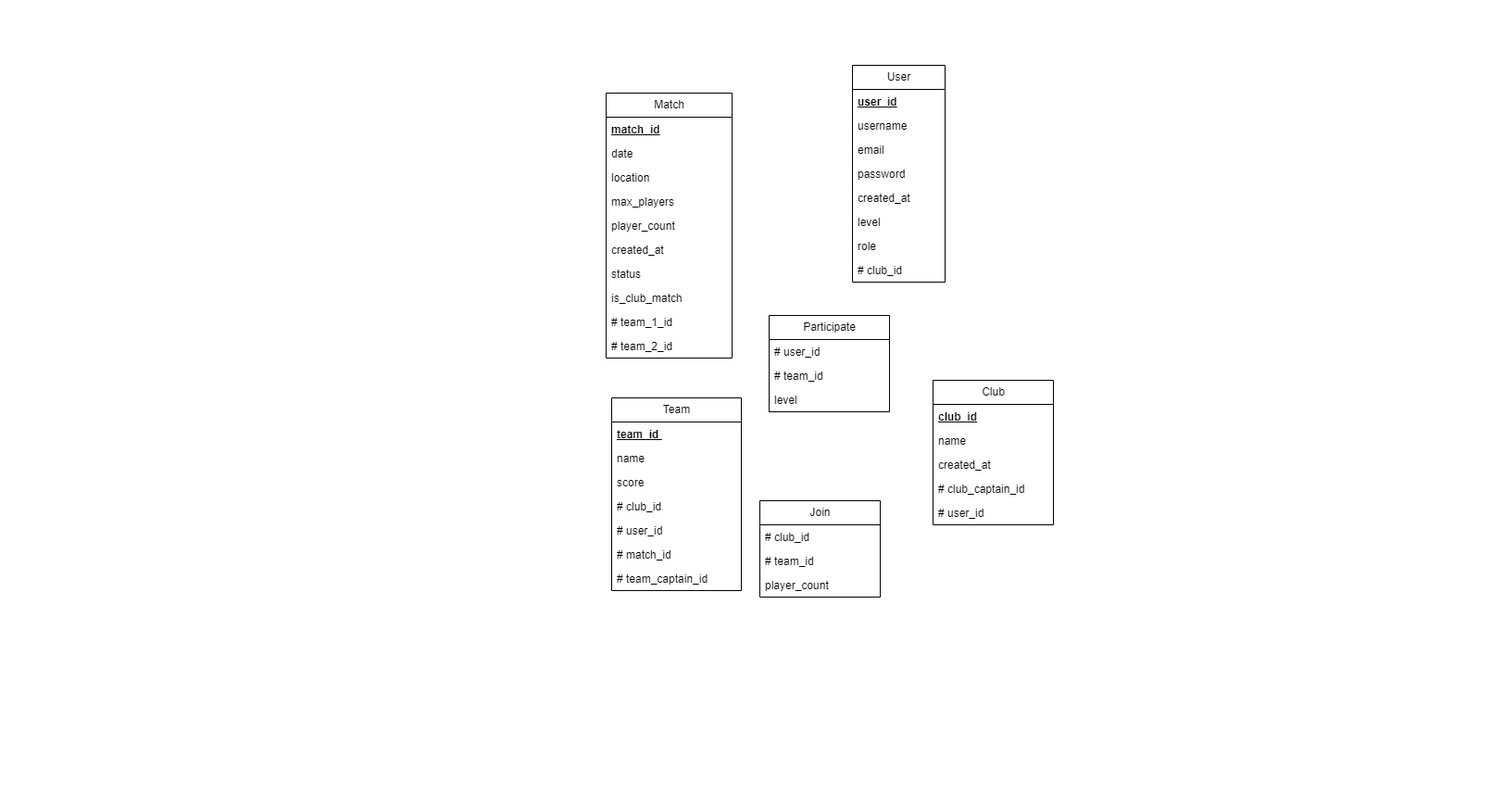
Earlier version of the draw.io export MLD.drawio.png (Mathistrg/Styx). Source tidied: cells renumbered, new cells last; positions are measured from the earlier drawing's top-left corner, leaving out a move shared by most shapes.
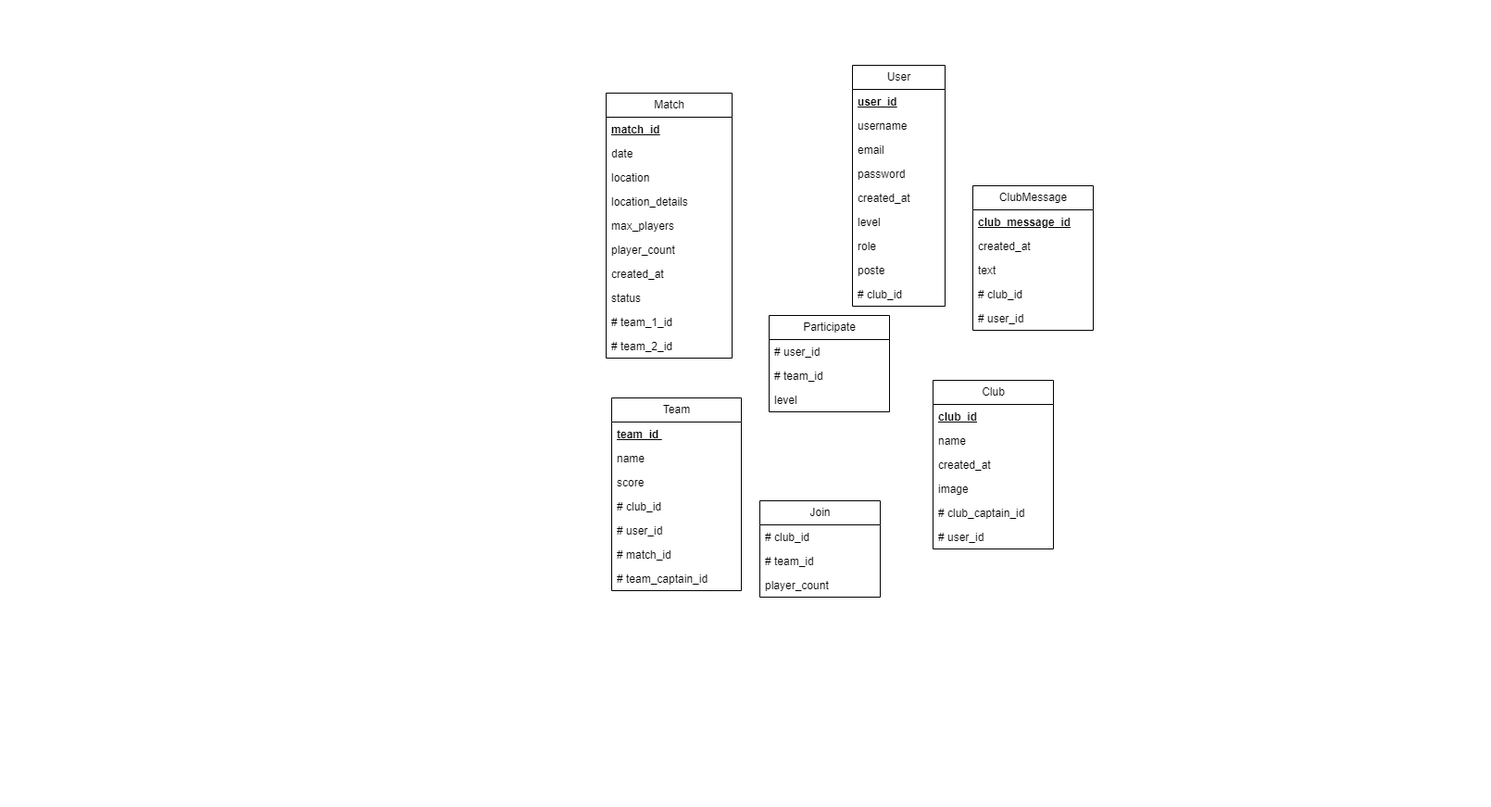
The same diagram one commit later.

Commit message:
Mettre à jour MLD.drawio.png

What changed in the source:
```diff
@@ -6,7 +6,7 @@
       <mxGeometry width="1610" height="870" as="geometry" />
     </mxCell>
     <mxCell id="3" value="User" style="swimlane;fontStyle=0;horizontal=1;startSize=26;fillColor=none;html=1;" parent="1" vertex="1">
-      <mxGeometry x="920" y="70" width="100" height="234" as="geometry" />
+      <mxGeometry x="920" y="70" width="100" height="260" as="geometry" />
     </mxCell>
     <mxCell id="4" value="&lt;b&gt;&lt;u&gt;user_id&lt;/u&gt;&lt;/b&gt;" style="text;strokeColor=none;fillColor=none;align=left;verticalAlign=top;spacingLeft=4;spacingRight=4;overflow=hidden;whiteSpace=wrap;html=1;" parent="3" vertex="1">
       <mxGeometry y="26" width="100" height="26" as="geometry" />
@@ -29,8 +29,11 @@
     <mxCell id="10" value="role" style="text;strokeColor=none;fillColor=none;align=left;verticalAlign=top;spacingLeft=4;spacingRight=4;overflow=hidden;whiteSpace=wrap;html=1;" parent="3" vertex="1">
       <mxGeometry y="182" width="100" height="26" as="geometry" />
     </mxCell>
+    <mxCell id="45" value="poste" style="text;strokeColor=none;fillColor=none;align=left;verticalAlign=top;spacingLeft=4;spacingRight=4;overflow=hidden;whiteSpace=wrap;html=1;" parent="3" vertex="1">
+      <mxGeometry y="208" width="100" height="26" as="geometry" />
+    </mxCell>
     <mxCell id="11" value="# club_id&amp;nbsp;" style="text;strokeColor=none;fillColor=none;align=left;verticalAlign=top;spacingLeft=4;spacingRight=4;overflow=hidden;whiteSpace=wrap;html=1;" parent="3" vertex="1">
-      <mxGeometry y="208" width="100" height="26" as="geometry" />
+      <mxGeometry y="234" width="100" height="26" as="geometry" />
     </mxCell>
     <mxCell id="12" value="Match" style="swimlane;fontStyle=0;horizontal=1;startSize=26;fillColor=none;html=1;" parent="1" vertex="1">
       <mxGeometry x="654" y="100" width="136" height="286" as="geometry" />
@@ -44,21 +47,21 @@
     <mxCell id="15" value="location&lt;span style=&quot;white-space: pre;&quot;&gt;&#9;&lt;/span&gt;&lt;span style=&quot;white-space: pre;&quot;&gt;&#9;&lt;/span&gt;" style="text;strokeColor=none;fillColor=none;align=left;verticalAlign=top;spacingLeft=4;spacingRight=4;overflow=hidden;whiteSpace=wrap;html=1;" parent="12" vertex="1">
       <mxGeometry y="78" width="136" height="26" as="geometry" />
     </mxCell>
+    <mxCell id="46" value="location_details&lt;span style=&quot;white-space: pre;&quot;&gt;&#9;&lt;/span&gt;&lt;span style=&quot;white-space: pre;&quot;&gt;&#9;&lt;/span&gt;" style="text;strokeColor=none;fillColor=none;align=left;verticalAlign=top;spacingLeft=4;spacingRight=4;overflow=hidden;whiteSpace=wrap;html=1;" parent="12" vertex="1">
+      <mxGeometry y="104" width="136" height="26" as="geometry" />
+    </mxCell>
     <mxCell id="16" value="max_players&lt;span style=&quot;white-space: pre;&quot;&gt;&#9;&lt;/span&gt;" style="text;strokeColor=none;fillColor=none;align=left;verticalAlign=top;spacingLeft=4;spacingRight=4;overflow=hidden;whiteSpace=wrap;html=1;" parent="12" vertex="1">
-      <mxGeometry y="104" width="136" height="26" as="geometry" />
+      <mxGeometry y="130" width="136" height="26" as="geometry" />
     </mxCell>
     <mxCell id="17" value="player_count&lt;span style=&quot;white-space: pre;&quot;&gt;&#9;&lt;/span&gt;&lt;span style=&quot;white-space: pre;&quot;&gt;&#9;&lt;/span&gt;" style="text;strokeColor=none;fillColor=none;align=left;verticalAlign=top;spacingLeft=4;spacingRight=4;overflow=hidden;whiteSpace=wrap;html=1;" parent="12" vertex="1">
-      <mxGeometry y="130" width="136" height="26" as="geometry" />
+      <mxGeometry y="156" width="136" height="26" as="geometry" />
     </mxCell>
     <mxCell id="18" value="created_at&lt;span style=&quot;white-space: pre;&quot;&gt;&#9;&lt;/span&gt;&lt;span style=&quot;white-space: pre;&quot;&gt;&#9;&lt;/span&gt;" style="text;strokeColor=none;fillColor=none;align=left;verticalAlign=top;spacingLeft=4;spacingRight=4;overflow=hidden;whiteSpace=wrap;html=1;" parent="12" vertex="1">
-      <mxGeometry y="156" width="136" height="26" as="geometry" />
+      <mxGeometry y="182" width="136" height="26" as="geometry" />
     </mxCell>
     <mxCell id="19" value="status&lt;span style=&quot;white-space: pre;&quot;&gt;&#9;&lt;/span&gt;&lt;span style=&quot;white-space: pre;&quot;&gt;&#9;&lt;/span&gt;" style="text;strokeColor=none;fillColor=none;align=left;verticalAlign=top;spacingLeft=4;spacingRight=4;overflow=hidden;whiteSpace=wrap;html=1;" parent="12" vertex="1">
-      <mxGeometry y="182" width="136" height="26" as="geometry" />
+      <mxGeometry y="208" width="136" height="26" as="geometry" />
     </mxCell>
-    <mxCell id="20" value="is_club_match&amp;nbsp;&lt;span style=&quot;white-space: pre;&quot;&gt;&#9;&lt;/span&gt;&lt;span style=&quot;white-space: pre;&quot;&gt;&#9;&lt;/span&gt;" style="text;strokeColor=none;fillColor=none;align=left;verticalAlign=top;spacingLeft=4;spacingRight=4;overflow=hidden;whiteSpace=wrap;html=1;" parent="12" vertex="1">
-      <mxGeometry y="208" width="136" height="26" as="geometry" />
-    </mxCell>
     <mxCell id="21" value="# team_1_id&amp;nbsp;" style="text;strokeColor=none;fillColor=none;align=left;verticalAlign=top;spacingLeft=4;spacingRight=4;overflow=hidden;whiteSpace=wrap;html=1;" parent="12" vertex="1">
       <mxGeometry y="234" width="136" height="26" as="geometry" />
     </mxCell>
@@ -66,7 +69,7 @@
       <mxGeometry y="260" width="136" height="26" as="geometry" />
     </mxCell>
     <mxCell id="23" value="Club" style="swimlane;fontStyle=0;horizontal=1;startSize=26;fillColor=none;html=1;" parent="1" vertex="1">
-      <mxGeometry x="1007" y="410" width="130" height="156" as="geometry" />
+      <mxGeometry x="1007" y="410" width="130" height="182" as="geometry" />
     </mxCell>
     <mxCell id="24" value="&lt;b&gt;&lt;u&gt;club_id&lt;/u&gt;&lt;/b&gt;" style="text;strokeColor=none;fillColor=none;align=left;verticalAlign=top;spacingLeft=4;spacingRight=4;overflow=hidden;whiteSpace=wrap;html=1;" parent="23" vertex="1">
       <mxGeometry y="26" width="130" height="26" as="geometry" />
@@ -77,11 +80,14 @@
     <mxCell id="26" value="created_at&lt;span style=&quot;white-space: pre;&quot;&gt;&#9;&lt;/span&gt;&lt;span style=&quot;white-space: pre;&quot;&gt;&#9;&lt;/span&gt;" style="text;strokeColor=none;fillColor=none;align=left;verticalAlign=top;spacingLeft=4;spacingRight=4;overflow=hidden;whiteSpace=wrap;html=1;" parent="23" vertex="1">
       <mxGeometry y="78" width="130" height="26" as="geometry" />
     </mxCell>
+    <mxCell id="47" value="image" style="text;strokeColor=none;fillColor=none;align=left;verticalAlign=top;spacingLeft=4;spacingRight=4;overflow=hidden;whiteSpace=wrap;html=1;" parent="23" vertex="1">
+      <mxGeometry y="104" width="130" height="26" as="geometry" />
+    </mxCell>
     <mxCell id="27" value="# club_captain_id&amp;nbsp;" style="text;strokeColor=none;fillColor=none;align=left;verticalAlign=top;spacingLeft=4;spacingRight=4;overflow=hidden;whiteSpace=wrap;html=1;" parent="23" vertex="1">
-      <mxGeometry y="104" width="130" height="26" as="geometry" />
+      <mxGeometry y="130" width="130" height="26" as="geometry" />
     </mxCell>
     <mxCell id="28" value="# user_id&amp;nbsp;" style="text;strokeColor=none;fillColor=none;align=left;verticalAlign=top;spacingLeft=4;spacingRight=4;overflow=hidden;whiteSpace=wrap;html=1;" parent="23" vertex="1">
-      <mxGeometry y="130" width="130" height="26" as="geometry" />
+      <mxGeometry y="156" width="130" height="26" as="geometry" />
     </mxCell>
     <mxCell id="29" value="Team" style="swimlane;fontStyle=0;horizontal=1;startSize=26;fillColor=none;html=1;" parent="1" vertex="1">
       <mxGeometry x="660" y="429" width="140" height="208" as="geometry" />
@@ -131,5 +137,23 @@
     <mxCell id="44" value="level" style="text;strokeColor=none;fillColor=none;align=left;verticalAlign=top;spacingLeft=4;spacingRight=4;overflow=hidden;whiteSpace=wrap;html=1;" parent="41" vertex="1">
       <mxGeometry y="78" width="130" height="26" as="geometry" />
     </mxCell>
+    <mxCell id="48" value="ClubMessage" style="swimlane;fontStyle=0;horizontal=1;startSize=26;fillColor=none;html=1;" parent="1" vertex="1">
+      <mxGeometry x="1050" y="200" width="130" height="156" as="geometry" />
+    </mxCell>
+    <mxCell id="49" value="&lt;b&gt;&lt;u&gt;club_message_id&lt;/u&gt;&lt;/b&gt;" style="text;strokeColor=none;fillColor=none;align=left;verticalAlign=top;spacingLeft=4;spacingRight=4;overflow=hidden;whiteSpace=wrap;html=1;" parent="48" vertex="1">
+      <mxGeometry y="26" width="130" height="26" as="geometry" />
+    </mxCell>
+    <mxCell id="50" value="created_at&lt;span style=&quot;white-space: pre;&quot;&gt;&#9;&lt;/span&gt;&lt;span style=&quot;white-space: pre;&quot;&gt;&#9;&lt;/span&gt;" style="text;strokeColor=none;fillColor=none;align=left;verticalAlign=top;spacingLeft=4;spacingRight=4;overflow=hidden;whiteSpace=wrap;html=1;" parent="48" vertex="1">
+      <mxGeometry y="52" width="130" height="26" as="geometry" />
+    </mxCell>
+    <mxCell id="51" value="text" style="text;strokeColor=none;fillColor=none;align=left;verticalAlign=top;spacingLeft=4;spacingRight=4;overflow=hidden;whiteSpace=wrap;html=1;" parent="48" vertex="1">
+      <mxGeometry y="78" width="130" height="26" as="geometry" />
+    </mxCell>
+    <mxCell id="52" value="# club_id&amp;nbsp;" style="text;strokeColor=none;fillColor=none;align=left;verticalAlign=top;spacingLeft=4;spacingRight=4;overflow=hidden;whiteSpace=wrap;html=1;" parent="48" vertex="1">
+      <mxGeometry y="104" width="130" height="26" as="geometry" />
+    </mxCell>
+    <mxCell id="53" value="# user_id&amp;nbsp;" style="text;strokeColor=none;fillColor=none;align=left;verticalAlign=top;spacingLeft=4;spacingRight=4;overflow=hidden;whiteSpace=wrap;html=1;" parent="48" vertex="1">
+      <mxGeometry y="130" width="130" height="26" as="geometry" />
+    </mxCell>
   </root>
 </mxGraphModel>
```
